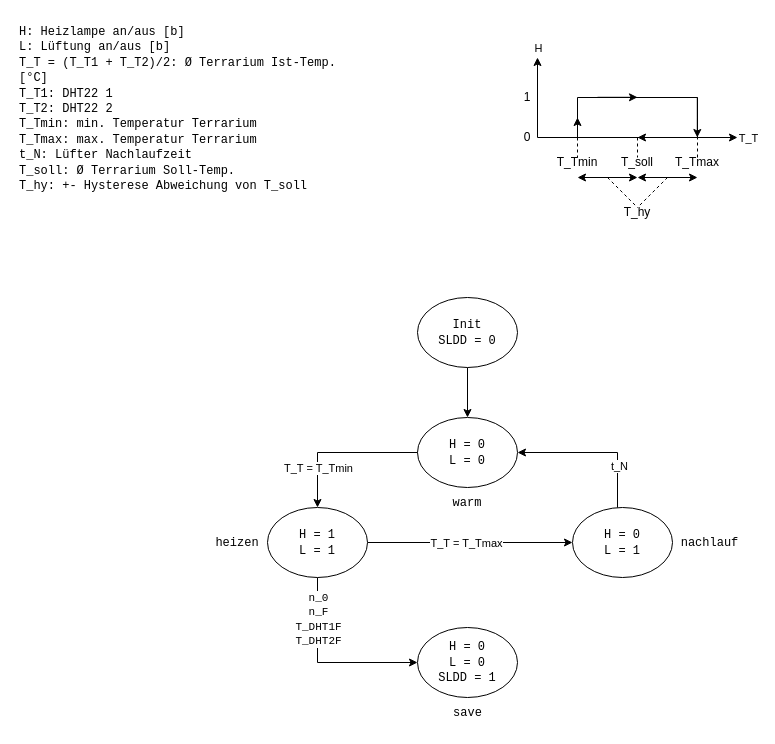
Earlier version of the draw.io diagram page "SW" (1 of 2) of architecture.drawio (vasing/PCLueftersteuerung). Source tidied: cells renumbered, new cells numbered last; positions are measured from the earlier drawing's top-left corner, leaving out a move shared by most shapes. Both pictures are drawn from the tidied source at 100%, with x=0, y=0 at pixel (17, 17).
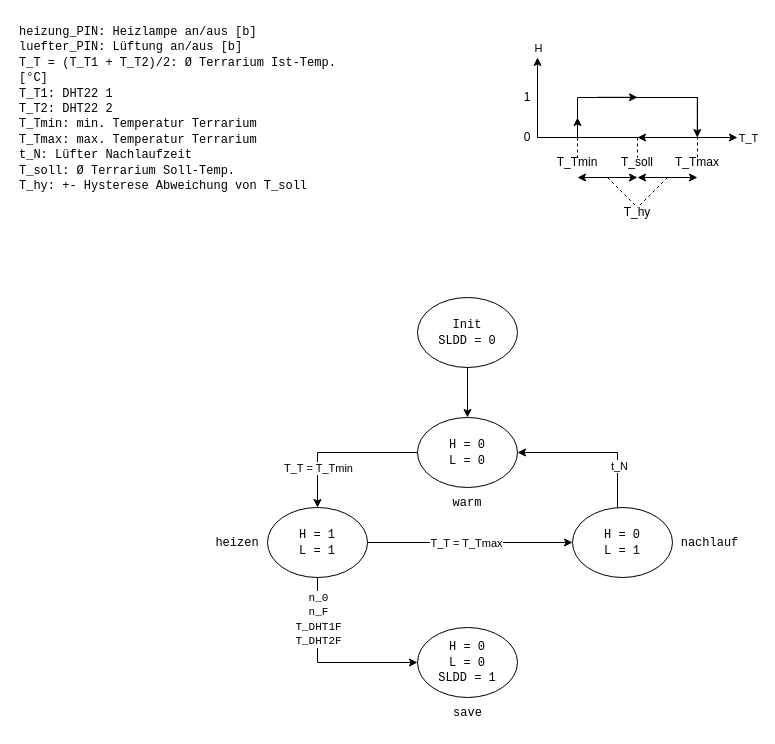
After the change.

What changed in the source:
```diff
@@
-    <mxCell id="4" value="&lt;font face=&quot;Courier New&quot;&gt;H: Heizlampe an/aus [b]&lt;br&gt;L: Lüftung&amp;nbsp;an/aus&amp;nbsp;[b]&lt;br&gt;T_T = (T_T1 + T_T2)/2:&amp;nbsp;Ø Terrarium Ist-Temp. [°C]&lt;br&gt;T_T1: DHT22 1&lt;br&gt;T_T2: DHT22 2&lt;br&gt;T_Tmin: min. Temperatur Terrarium&lt;br&gt;T_Tmax: max. Temperatur Terrarium&lt;br&gt;t_N: Lüfter Nachlaufzeit&lt;br&gt;T_soll:&amp;nbsp;Ø Terrarium Soll-Temp.&lt;br&gt;T_hy: +- Hysterese Abweichung von T_soll&lt;br&gt;&lt;/font&gt;" style="text;html=1;align=left;verticalAlign=top;whiteSpace=wrap;rounded=0;" parent="1" vertex="1">
+    <mxCell id="4" value="&lt;font face=&quot;Courier New&quot;&gt;heizung_PIN: Heizlampe an/aus [b]&lt;br&gt;luefter_PIN: Lüftung&amp;nbsp;an/aus&amp;nbsp;[b]&lt;br&gt;T_T = (T_T1 + T_T2)/2:&amp;nbsp;Ø Terrarium Ist-Temp. [°C]&lt;br&gt;T_T1: DHT22 1&lt;br&gt;T_T2: DHT22 2&lt;br&gt;T_Tmin: min. Temperatur Terrarium&lt;br&gt;T_Tmax: max. Temperatur Terrarium&lt;br&gt;t_N: Lüfter Nachlaufzeit&lt;br&gt;T_soll:&amp;nbsp;Ø Terrarium Soll-Temp.&lt;br&gt;T_hy: +- Hysterese Abweichung von T_soll&lt;/font&gt;" style="text;html=1;align=left;verticalAlign=top;whiteSpace=wrap;rounded=0;" parent="1" vertex="1">
       <mxGeometry width="330" height="240" as="geometry" />
     </mxCell>
```
